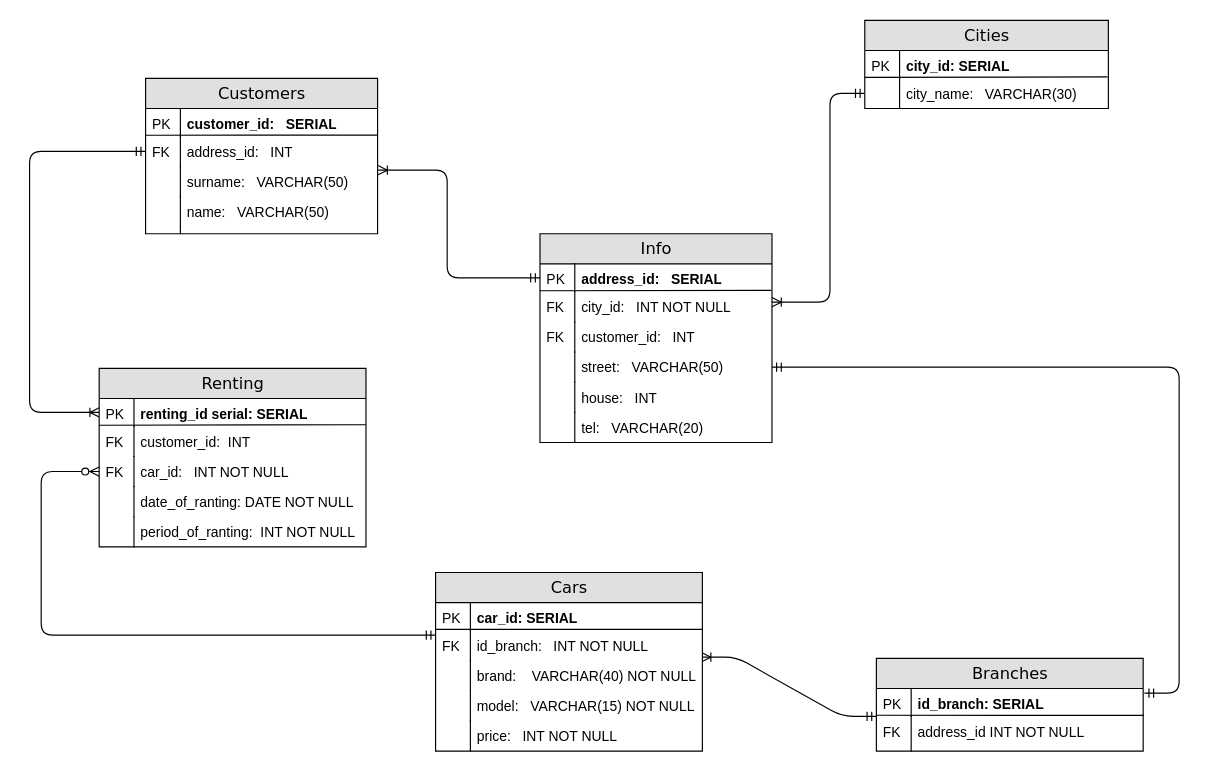
This is er_diagram/Untitled Diagram.drawio from Mariia-Kosorotykova/python-education, a draw.io file, before an edit. Source tidied: cells renumbered, new cells numbered last; positions are measured from the earlier drawing's top-left corner, leaving out a move shared by most shapes. Both pictures are drawn from the tidied source at 116%, with x=0, y=0 at pixel (29, 20).
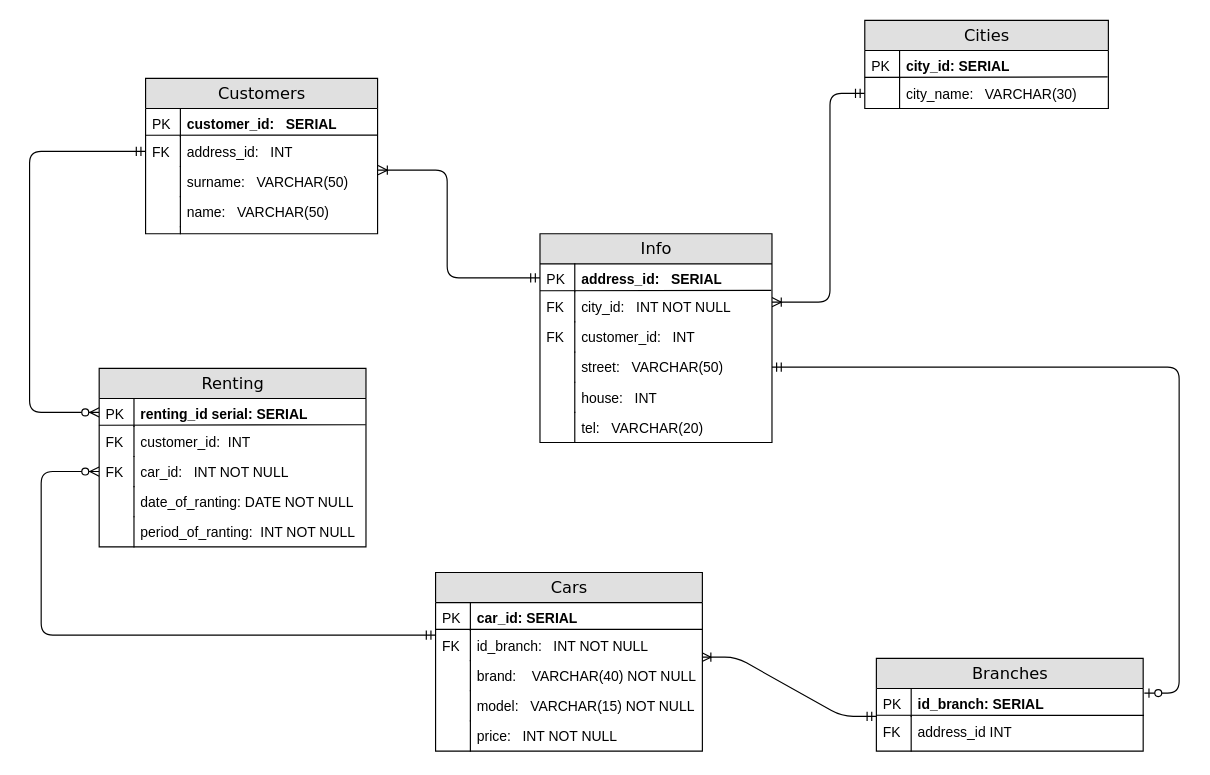
The same diagram, later.

The change refers to these unchanged cells:
```xml
<mxCell id="9" value="address_id:&amp;nbsp; &amp;nbsp;INT" style="shape=partialRectangle;top=0;left=0;right=0;bottom=0;html=1;align=left;verticalAlign=top;fillColor=none;spacingLeft=34;spacingRight=4;whiteSpace=wrap;overflow=hidden;points=[[0,0.5],[1,0.5]];portConstraint=eastwest;" parent="6" vertex="1">
  <mxGeometry y="50" width="200" height="26" as="geometry" />
</mxCell>
<mxCell id="28" value="street:&amp;nbsp; &amp;nbsp;VARCHAR(50)" style="shape=partialRectangle;top=0;left=0;right=0;bottom=0;html=1;align=left;verticalAlign=top;fillColor=none;spacingLeft=34;spacingRight=4;whiteSpace=wrap;overflow=hidden;points=[[0,0.5],[1,0.5]];portConstraint=eastwest;" parent="21" vertex="1">
  <mxGeometry y="102" width="200" height="26" as="geometry" />
</mxCell>
<mxCell id="43" value="&lt;b&gt;renting_id serial: SERIAL&lt;/b&gt;" style="shape=partialRectangle;top=0;left=0;right=0;bottom=0;html=1;align=left;verticalAlign=top;fillColor=none;spacingLeft=34;spacingRight=4;whiteSpace=wrap;overflow=hidden;points=[[0,0.5],[1,0.5]];portConstraint=eastwest;" parent="42" vertex="1">
  <mxGeometry y="26" width="230" height="24" as="geometry" />
</mxCell>
<mxCell id="66" value="Branches" style="swimlane;html=1;fontStyle=0;horizontal=1;startSize=26;fillColor=#e0e0e0;swimlaneFillColor=#ffffff;align=center;rounded=0;shadow=0;comic=0;labelBackgroundColor=none;strokeWidth=1;fontFamily=Verdana;fontSize=14;" parent="1" vertex="1">
  <mxGeometry x="730" y="550" width="230" height="80" as="geometry" />
</mxCell>
```

The edit, as a diff of the source:
```diff
@@
-    <mxCell id="5" style="edgeStyle=entityRelationEdgeStyle;html=1;endArrow=ERmandOne;startArrow=ERmandOne;labelBackgroundColor=none;fontFamily=Verdana;fontSize=14;startFill=0;endFill=0;entryX=1;entryY=0.5;entryDx=0;entryDy=0;" parent="1" edge="1" target="28">
+    <mxCell id="5" style="edgeStyle=entityRelationEdgeStyle;html=1;endArrow=ERmandOne;startArrow=ERzeroToOne;labelBackgroundColor=none;fontFamily=Verdana;fontSize=14;startFill=1;endFill=0;entryX=1;entryY=0.5;entryDx=0;entryDy=0;" parent="1" edge="1" target="28">
       <mxGeometry relative="1" as="geometry">
         <mxPoint x="961" y="580" as="sourcePoint" />
       </mxGeometry>
     </mxCell>
@@
-    <mxCell id="19" style="edgeStyle=orthogonalEdgeStyle;html=1;endArrow=ERoneToMany;endFill=0;labelBackgroundColor=none;fontFamily=Verdana;fontSize=14;exitX=0;exitY=0.5;entryX=0;entryY=0.5;entryDx=0;entryDy=0;startArrow=ERmandOne;startFill=0;exitDx=0;exitDy=0;" parent="1" edge="1" source="9" target="43">
+    <mxCell id="19" style="edgeStyle=orthogonalEdgeStyle;html=1;endArrow=ERzeroToMany;endFill=1;labelBackgroundColor=none;fontFamily=Verdana;fontSize=14;exitX=0;exitY=0.5;entryX=0;entryY=0.5;entryDx=0;entryDy=0;startArrow=ERmandOne;startFill=0;exitDx=0;exitDy=0;" parent="1" edge="1" source="9" target="43">
       <mxGeometry relative="1" as="geometry">
         <Array as="points">
           <mxPoint y="113" />
           <mxPoint y="338" />
         </Array>
       </mxGeometry>
     </mxCell>
@@
-    <mxCell id="69" value="address_id INT NOT NULL" style="shape=partialRectangle;top=0;left=0;right=0;bottom=0;html=1;align=left;verticalAlign=top;fillColor=none;spacingLeft=34;spacingRight=4;whiteSpace=wrap;overflow=hidden;points=[[0,0.5],[1,0.5]];portConstraint=eastwest;" parent="66" vertex="1">
+    <mxCell id="69" value="address_id INT" style="shape=partialRectangle;top=0;left=0;right=0;bottom=0;html=1;align=left;verticalAlign=top;fillColor=none;spacingLeft=34;spacingRight=4;whiteSpace=wrap;overflow=hidden;points=[[0,0.5],[1,0.5]];portConstraint=eastwest;" parent="66" vertex="1">
       <mxGeometry y="50" width="230" height="30" as="geometry" />
     </mxCell>
```
